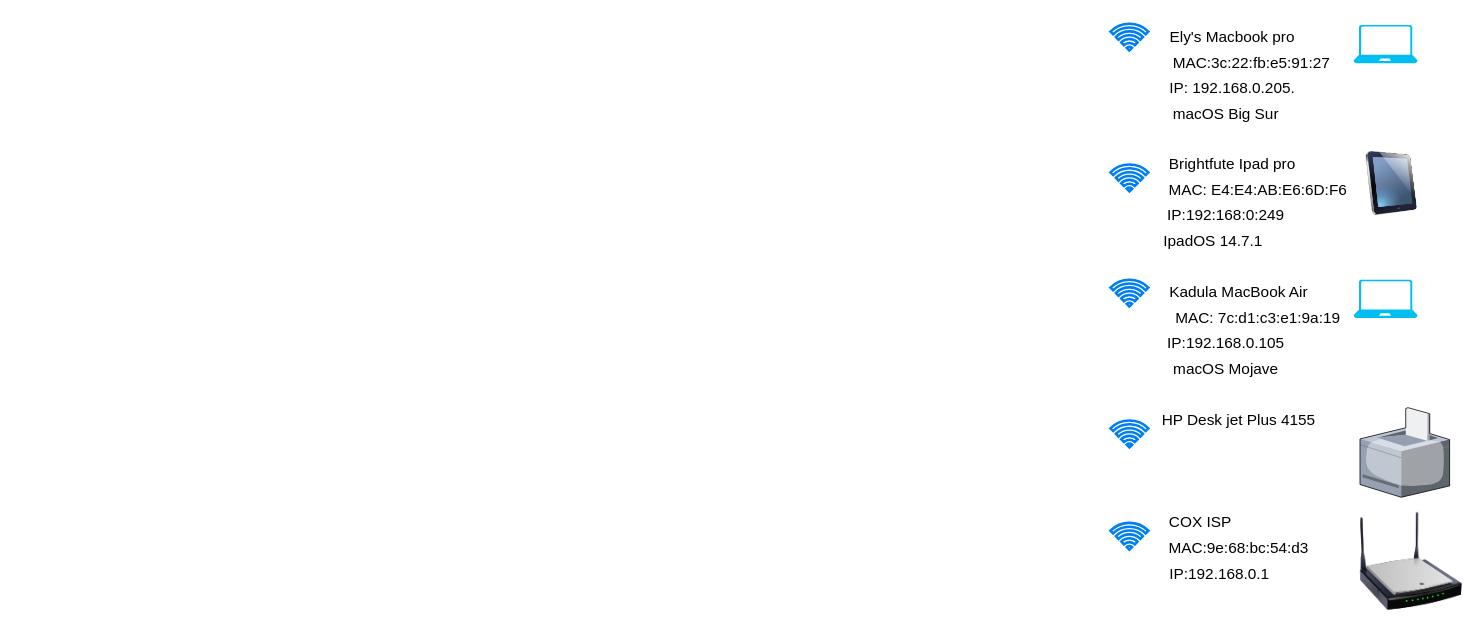
Before: Untitled Diagram.drawio in elsid01/Core-Java-Exercises, a draw.io diagram. Source tidied: cells renumbered, new cells numbered last; positions are measured from the earlier drawing's top-left corner, leaving out a move shared by most shapes. Both pictures are drawn from the tidied source at 128%, with x=0, y=0 at pixel (1110, 23).
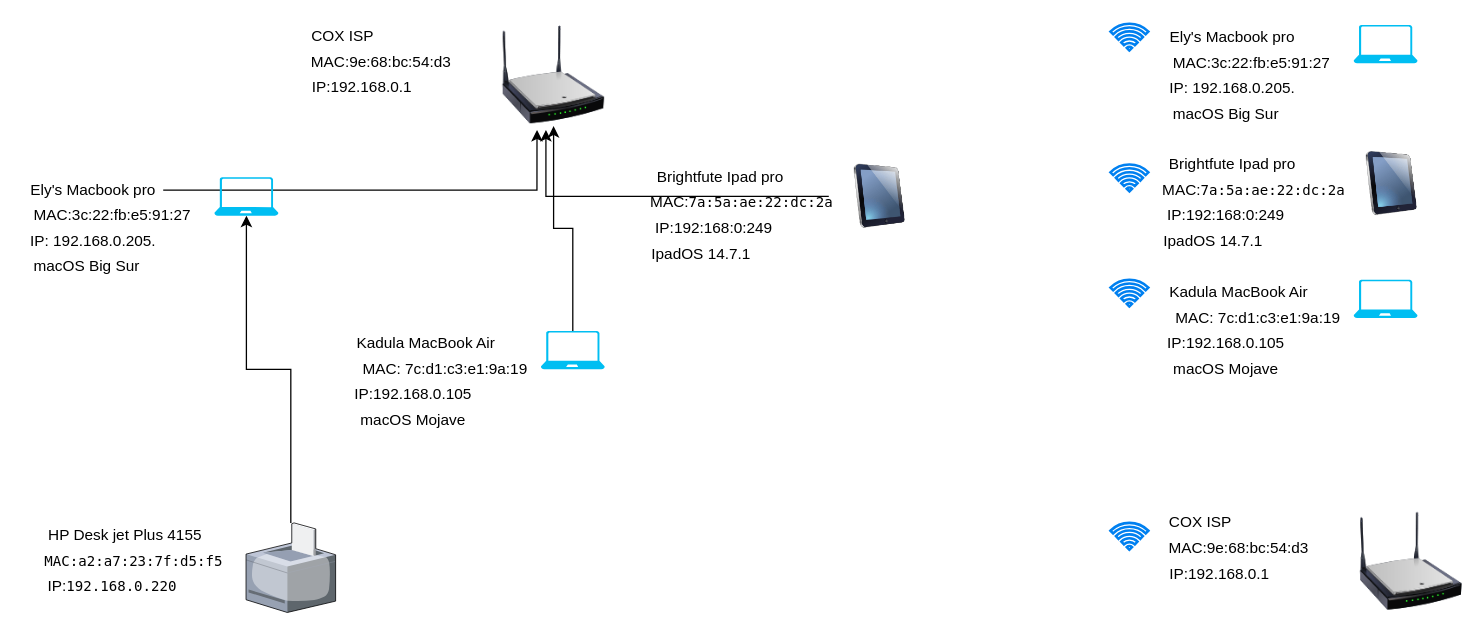
The same page after the edit.

Change to the diagram source:
```diff
@@
-    <mxCell id="9" value="MAC: E4:E4:AB:E6:6D:F6" style="text;html=1;align=center;verticalAlign=middle;strokeColor=none;fillColor=none;" parent="1" vertex="1">
-      <mxGeometry x="40" y="120" width="150" height="20" as="geometry" />
+    <mxCell id="9" value="MAC:&lt;span style=&quot;font-family: &amp;#34;menlo&amp;#34; ; font-size: 11px&quot;&gt;7a:5a:ae:22:dc:2a&lt;/span&gt;&lt;span class=&quot;Apple-converted-space&quot; style=&quot;font-family: &amp;#34;menlo&amp;#34; ; font-size: 11px&quot;&gt;&amp;nbsp;&lt;/span&gt;" style="text;html=1;align=center;verticalAlign=middle;strokeColor=none;fillColor=none;" parent="1" vertex="1">
+      <mxGeometry x="35" y="120" width="160" height="20" as="geometry" />
     </mxCell>
@@
-    <mxCell id="12" style="html=1;verticalLabelPosition=bottom;align=center;labelBackgroundColor=#ffffff;verticalAlign=top;strokeWidth=2;strokeColor=#0080F0;shadow=0;dashed=0;shape=mxgraph.ios7.icons.wifi;" parent="1" vertex="1">
-      <mxGeometry y="310" width="29.7" height="21" as="geometry" />
-    </mxCell>
@@
+    <mxCell id="28" style="edgeStyle=orthogonalEdgeStyle;rounded=0;jettySize=auto;html=1;entryX=0.5;entryY=1;entryDx=0;entryDy=0;entryPerimeter=0;" parent="1" edge="1" source="25" target="40">
+      <mxGeometry relative="1" as="geometry" />
+    </mxCell>
     <mxCell id="25" style="verticalLabelPosition=bottom;sketch=0;html=1;verticalAlign=top;strokeColor=none;align=center;outlineConnect=0;shape=mxgraph.citrix.printer;" parent="1" vertex="1">
-      <mxGeometry x="195" y="300" width="70" height="70" as="geometry" />
+      <mxGeometry x="-675.3" y="390" width="70" height="70" as="geometry" />
     </mxCell>
     <mxCell id="26" value="HP Desk jet Plus 4155" style="text;html=1;align=center;verticalAlign=middle;strokeColor=none;fillColor=none;" parent="1" vertex="1">
-      <mxGeometry x="30" y="300" width="140" height="20" as="geometry" />
+      <mxGeometry x="-840.3" y="390" width="140" height="20" as="geometry" />
     </mxCell>
@@
+    <mxCell id="29" value="IP:&lt;span style=&quot;font-family: &amp;#34;menlo&amp;#34; ; font-size: 11px&quot;&gt;192.168.0.220&lt;/span&gt;" style="text;html=1;align=center;verticalAlign=middle;strokeColor=none;fillColor=none;" parent="1" vertex="1">
+      <mxGeometry x="-840.3" y="430" width="120" height="20" as="geometry" />
+    </mxCell>
+    <mxCell id="30" value="&lt;p class=&quot;p1&quot; style=&quot;margin: 0px ; font-stretch: normal ; font-size: 11px ; line-height: normal ; font-family: &amp;#34;menlo&amp;#34;&quot;&gt;&lt;span class=&quot;s1&quot;&gt;MAC:a2:a7:23:7f:d5:f5&lt;span class=&quot;Apple-converted-space&quot;&gt;&amp;nbsp;&lt;/span&gt;&lt;/span&gt;&lt;/p&gt;" style="text;html=1;align=center;verticalAlign=middle;strokeColor=none;fillColor=none;" parent="1" vertex="1">
+      <mxGeometry x="-840.3" y="410" width="160" height="20" as="geometry" />
+    </mxCell>
+    <mxCell id="31" style="image;html=1;image=img/lib/clip_art/networking/Wireless_Router_N_128x128.png;" parent="1" vertex="1">
+      <mxGeometry x="-475" width="80" height="80" as="geometry" />
+    </mxCell>
+    <mxCell id="32" value="MAC:9e:68:bc:54:d3" style="text;html=1;align=center;verticalAlign=middle;strokeColor=none;fillColor=none;" parent="1" vertex="1">
+      <mxGeometry x="-630" y="20" width="120" height="20" as="geometry" />
+    </mxCell>
+    <mxCell id="33" value="COX ISP" style="text;html=1;align=center;verticalAlign=middle;strokeColor=none;fillColor=none;" parent="1" vertex="1">
+      <mxGeometry x="-630" width="60" height="20" as="geometry" />
+    </mxCell>
+    <mxCell id="34" value="IP:192.168.0.1" style="text;html=1;align=center;verticalAlign=middle;strokeColor=none;fillColor=none;" parent="1" vertex="1">
+      <mxGeometry x="-630" y="40" width="90" height="20" as="geometry" />
+    </mxCell>
+    <mxCell id="35" style="edgeStyle=orthogonalEdgeStyle;rounded=0;jettySize=auto;html=1;entryX=0.338;entryY=1.038;entryDx=0;entryDy=0;entryPerimeter=0;" parent="1" edge="1" source="36" target="31">
+      <mxGeometry relative="1" as="geometry" />
+    </mxCell>
+    <mxCell id="36" value="Ely's Macbook pro" style="text;html=1;align=center;verticalAlign=middle;points=[];strokeColor=none;fillColor=none;" parent="1" vertex="1">
+      <mxGeometry x="-850" y="120" width="110" height="20" as="geometry" />
+    </mxCell>
+    <mxCell id="37" value="MAC:3c:22:fb:e5:91:27" style="text;html=1;align=center;verticalAlign=middle;strokeColor=none;fillColor=none;" parent="1" vertex="1">
+      <mxGeometry x="-850" y="140" width="140" height="20" as="geometry" />
+    </mxCell>
+    <mxCell id="38" value="IP: 192.168.0.205." style="text;html=1;align=center;verticalAlign=middle;strokeColor=none;fillColor=none;" parent="1" vertex="1">
+      <mxGeometry x="-850" y="160" width="110" height="20" as="geometry" />
+    </mxCell>
+    <mxCell id="39" value="macOS Big Sur" style="text;html=1;align=center;verticalAlign=middle;strokeColor=none;fillColor=none;" parent="1" vertex="1">
+      <mxGeometry x="-850" y="180" width="100" height="20" as="geometry" />
+    </mxCell>
+    <mxCell id="40" style="verticalLabelPosition=bottom;html=1;verticalAlign=top;align=center;strokeColor=none;fillColor=#00BEF2;shape=mxgraph.azure.laptop;" parent="1" vertex="1">
+      <mxGeometry x="-700" y="120" width="50" height="30" as="geometry" />
+    </mxCell>
+    <mxCell id="41" value="Brightfute Ipad pro" style="text;html=1;align=center;verticalAlign=middle;strokeColor=none;fillColor=none;" parent="1" vertex="1">
+      <mxGeometry x="-360" y="110" width="110" height="20" as="geometry" />
+    </mxCell>
+    <mxCell id="42" value="MAC:&lt;span style=&quot;font-family: &amp;#34;menlo&amp;#34; ; font-size: 11px&quot;&gt;7a:5a:ae:22:dc:2a&lt;/span&gt;&lt;span class=&quot;Apple-converted-space&quot; style=&quot;font-family: &amp;#34;menlo&amp;#34; ; font-size: 11px&quot;&gt;&amp;nbsp;&lt;/span&gt;" style="text;html=1;align=center;verticalAlign=middle;strokeColor=none;fillColor=none;" parent="1" vertex="1">
+      <mxGeometry x="-365" y="130" width="160" height="20" as="geometry" />
+    </mxCell>
+    <mxCell id="43" value="IP:192:168:0:249" style="text;html=1;align=center;verticalAlign=middle;strokeColor=none;fillColor=none;" parent="1" vertex="1">
+      <mxGeometry x="-365" y="150" width="110" height="20" as="geometry" />
+    </mxCell>
+    <mxCell id="44" value="IpadOS 14.7.1" style="text;html=1;align=center;verticalAlign=middle;strokeColor=none;fillColor=none;" parent="1" vertex="1">
+      <mxGeometry x="-365" y="170" width="90" height="20" as="geometry" />
+    </mxCell>
+    <mxCell id="45" style="edgeStyle=orthogonalEdgeStyle;rounded=0;jettySize=auto;html=1;entryX=0.425;entryY=1.038;entryDx=0;entryDy=0;entryPerimeter=0;" parent="1" edge="1" source="46" target="31">
+      <mxGeometry relative="1" as="geometry" />
+    </mxCell>
+    <mxCell id="46" style="image;html=1;image=img/lib/clip_art/computers/iPad_128x128.png;" parent="1" vertex="1">
+      <mxGeometry x="-220" y="110" width="80" height="50" as="geometry" />
+    </mxCell>
+    <mxCell id="47" value="Kadula MacBook Air" style="text;html=1;align=center;verticalAlign=middle;strokeColor=none;fillColor=none;" parent="1" vertex="1">
+      <mxGeometry x="-595" y="240" width="120" height="20" as="geometry" />
+    </mxCell>
+    <mxCell id="48" value="MAC: 7c:d1:c3:e1:9a:19" style="text;html=1;align=center;verticalAlign=middle;strokeColor=none;fillColor=none;" parent="1" vertex="1">
+      <mxGeometry x="-590" y="260" width="140" height="20" as="geometry" />
+    </mxCell>
+    <mxCell id="49" value="IP:192.168.0.105" style="text;html=1;align=center;verticalAlign=middle;strokeColor=none;fillColor=none;" parent="1" vertex="1">
+      <mxGeometry x="-600" y="280" width="110" height="20" as="geometry" />
+    </mxCell>
+    <mxCell id="50" value="macOS Mojave" style="text;html=1;align=center;verticalAlign=middle;strokeColor=none;fillColor=none;" parent="1" vertex="1">
+      <mxGeometry x="-595" y="300" width="100" height="20" as="geometry" />
+    </mxCell>
+    <mxCell id="51" style="edgeStyle=orthogonalEdgeStyle;rounded=0;jettySize=auto;html=1;entryX=0.5;entryY=1;entryDx=0;entryDy=0;" parent="1" edge="1" source="52" target="31">
+      <mxGeometry relative="1" as="geometry" />
+    </mxCell>
+    <mxCell id="52" style="verticalLabelPosition=bottom;html=1;verticalAlign=top;align=center;strokeColor=none;fillColor=#00BEF2;shape=mxgraph.azure.laptop;" parent="1" vertex="1">
+      <mxGeometry x="-445" y="240" width="50" height="30" as="geometry" />
+    </mxCell>
```
